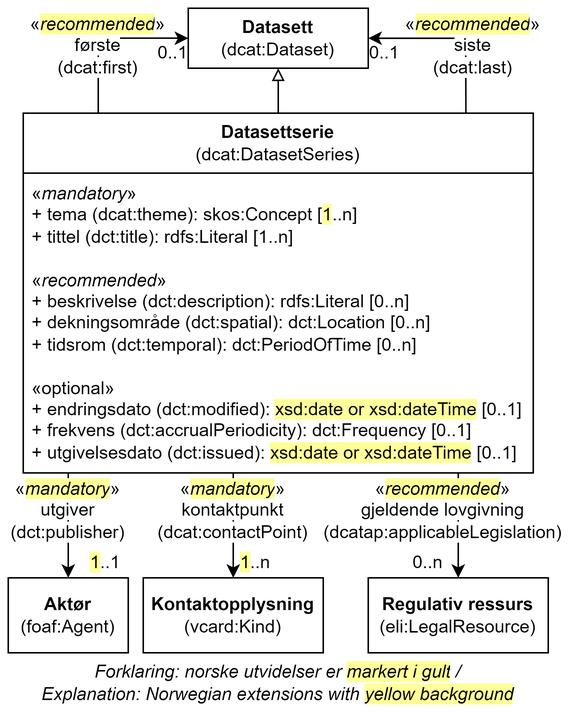
Informasjonsforvaltning/dcat-ap-no keeps this draw.io diagram as docs/images/Klassen-Datasettserie.png. Above is the earlier version. Source tidied: cells renumbered, new cells last; positions are measured from the earlier drawing's top-left corner, leaving out a move shared by most shapes.
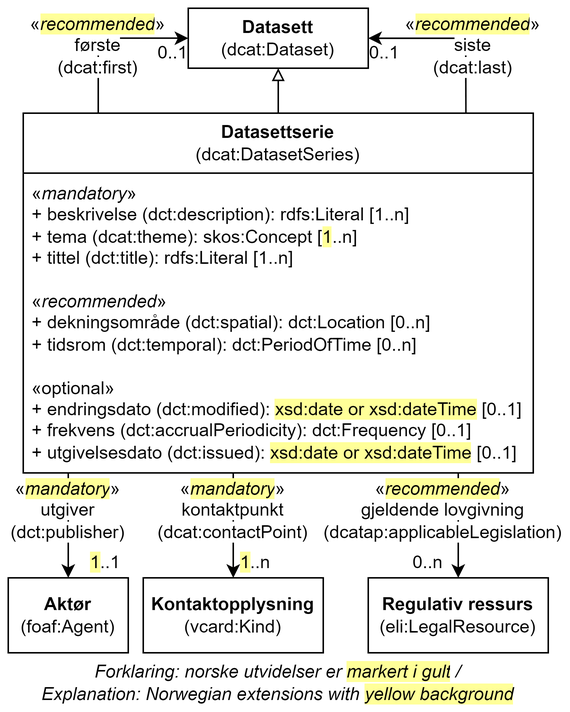
After the change.

Commit message:
Justering ift. DCAT-AP

Change to the diagram source:
```diff
@@ -5,7 +5,7 @@
     <mxCell id="2" value="Datasettserie&lt;br&gt;&lt;span style=&quot;font-weight: normal;&quot;&gt;(dcat:DatasetSeries)&lt;/span&gt;" style="swimlane;whiteSpace=wrap;html=1;startSize=40;" parent="1" vertex="1">
       <mxGeometry x="10" y="70" width="340" height="240" as="geometry" />
     </mxCell>
-    <mxCell id="3" value="«&lt;i&gt;mandatory&lt;/i&gt;»&lt;br&gt;+ tema (dcat:theme): skos:Concept [&lt;span style=&quot;background-color: rgb(255, 255, 153);&quot;&gt;1&lt;/span&gt;..n]&lt;br&gt;+ tittel (dct:title): rdfs:Literal [1..n]&lt;br&gt;&lt;br&gt;&lt;div&gt;«&lt;i&gt;recommended&lt;/i&gt;»&lt;/div&gt;&lt;div&gt;+ beskrivelse (dct:description): rdfs:Literal [0..n]&lt;/div&gt;&lt;div&gt;+ dekningsområde (dct:spatial): dct:Location [0..n]&lt;/div&gt;&lt;div&gt;&lt;span style=&quot;background-color: initial;&quot;&gt;+ tidsrom (dct:temporal): dct:PeriodOfTime [0..n]&lt;/span&gt;&lt;br&gt;&lt;/div&gt;&lt;div&gt;&lt;br&gt;&lt;/div&gt;&lt;div&gt;&lt;div&gt;«optional»&lt;/div&gt;&lt;div&gt;+ endringsdato (dct:modified): &lt;span style=&quot;background-color: rgb(255, 255, 153);&quot;&gt;xsd:date or xsd:dateTime&lt;/span&gt; [0..1]&lt;/div&gt;&lt;div&gt;+ frekvens (dct:accrualPeriodicity): dct:Frequency [0..1]&lt;/div&gt;&lt;div&gt;+ utgivelsesdato (dct:issued): &lt;span style=&quot;background-color: rgb(255, 255, 153);&quot;&gt;xsd:date or xsd:dateTime&lt;/span&gt; [0..1]&lt;/div&gt;&lt;/div&gt;" style="text;strokeColor=none;fillColor=none;align=left;verticalAlign=top;spacingLeft=4;spacingRight=4;overflow=hidden;whiteSpace=wrap;html=1;" parent="2" vertex="1">
+    <mxCell id="3" value="«&lt;i&gt;mandatory&lt;/i&gt;»&lt;br&gt;&lt;div&gt;+ beskrivelse (dct:description): rdfs:Literal [1..n]&lt;/div&gt;+ tema (dcat:theme): skos:Concept [&lt;span style=&quot;background-color: rgb(255, 255, 153);&quot;&gt;1&lt;/span&gt;..n]&lt;br&gt;+ tittel (dct:title): rdfs:Literal [1..n]&lt;br&gt;&lt;br&gt;&lt;div&gt;«&lt;i&gt;recommended&lt;/i&gt;»&lt;/div&gt;&lt;div&gt;&lt;span style=&quot;background-color: initial;&quot;&gt;+ dekningsområde (dct:spatial): dct:Location [0..n]&lt;/span&gt;&lt;br&gt;&lt;/div&gt;&lt;div&gt;&lt;span style=&quot;background-color: initial;&quot;&gt;+ tidsrom (dct:temporal): dct:PeriodOfTime [0..n]&lt;/span&gt;&lt;br&gt;&lt;/div&gt;&lt;div&gt;&lt;br&gt;&lt;/div&gt;&lt;div&gt;&lt;div&gt;«optional»&lt;/div&gt;&lt;div&gt;+ endringsdato (dct:modified): &lt;span style=&quot;background-color: rgb(255, 255, 153);&quot;&gt;xsd:date or xsd:dateTime&lt;/span&gt; [0..1]&lt;/div&gt;&lt;div&gt;+ frekvens (dct:accrualPeriodicity): dct:Frequency [0..1]&lt;/div&gt;&lt;div&gt;+ utgivelsesdato (dct:issued): &lt;span style=&quot;background-color: rgb(255, 255, 153);&quot;&gt;xsd:date or xsd:dateTime&lt;/span&gt; [0..1]&lt;/div&gt;&lt;/div&gt;" style="text;strokeColor=none;fillColor=none;align=left;verticalAlign=top;spacingLeft=4;spacingRight=4;overflow=hidden;whiteSpace=wrap;html=1;" parent="2" vertex="1">
       <mxGeometry y="40" width="340" height="210" as="geometry" />
     </mxCell>
     <mxCell id="4" value="&lt;b&gt;Aktør&lt;/b&gt;&lt;br&gt;(foaf:Agent)" style="rounded=0;whiteSpace=wrap;html=1;" parent="1" vertex="1">
```
